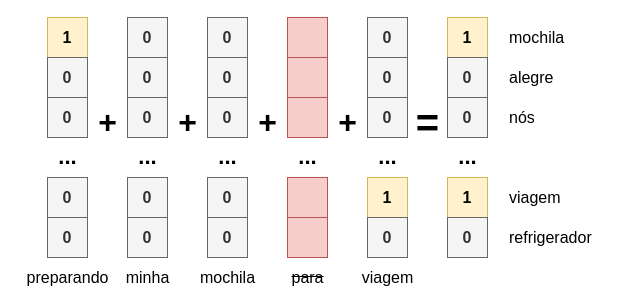
brenoarosa/thesis keeps this draw.io diagram as resources/bag_of_words.drawio. Above is the earlier version. Source tidied: cells renumbered, new cells numbered last; positions are measured from the earlier drawing's top-left corner, leaving out a move shared by most shapes. Both pictures are drawn from the tidied source at 100%, with x=0, y=0 at pixel (17, 17).
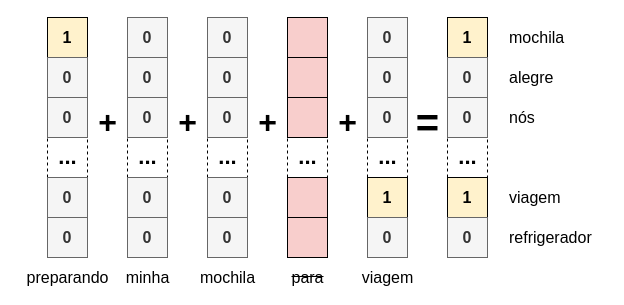
After the change.

What changed in the source:
```diff
@@
-    <mxCell id="7" value="&lt;div align=&quot;center&quot;&gt;&lt;b&gt;&lt;font style=&quot;font-size: 22px&quot;&gt;...&lt;/font&gt;&lt;/b&gt;&lt;/div&gt;" style="text;html=1;align=center;verticalAlign=middle;" parent="1" vertex="1">
+    <mxCell id="7" value="&lt;div align=&quot;center&quot;&gt;&lt;b&gt;&lt;font style=&quot;font-size: 22px&quot;&gt;...&lt;/font&gt;&lt;/b&gt;&lt;/div&gt;" style="text;html=1;align=center;verticalAlign=middle;strokeColor=#000000;dashed=1;" parent="1" vertex="1">
       <mxGeometry x="430" y="120" width="40" height="40" as="geometry" />
     </mxCell>
-    <mxCell id="8" value="&lt;div style=&quot;font-size: 16px&quot;&gt;&lt;font style=&quot;font-size: 16px&quot;&gt;&lt;b&gt;1&lt;/b&gt;&lt;/font&gt;&lt;/div&gt;" style="rounded=0;whiteSpace=wrap;html=1;align=center;fillColor=#fff2cc;strokeColor=#d6b656;" parent="1" vertex="1">
+    <mxCell id="8" value="&lt;div style=&quot;font-size: 16px&quot;&gt;&lt;font style=&quot;font-size: 16px&quot;&gt;&lt;b&gt;1&lt;/b&gt;&lt;/font&gt;&lt;/div&gt;" style="rounded=0;whiteSpace=wrap;html=1;align=center;fillColor=#fff2cc;strokeColor=#000000;" parent="1" vertex="1">
       <mxGeometry x="430" y="160" width="40" height="40" as="geometry" />
     </mxCell>
-    <mxCell id="9" value="&lt;div style=&quot;font-size: 16px&quot;&gt;&lt;font style=&quot;font-size: 16px&quot;&gt;&lt;b&gt;1&lt;/b&gt;&lt;/font&gt;&lt;/div&gt;" style="rounded=0;whiteSpace=wrap;html=1;align=center;fillColor=#fff2cc;strokeColor=#d6b656;" parent="1" vertex="1">
+    <mxCell id="9" value="&lt;div style=&quot;font-size: 16px&quot;&gt;&lt;font style=&quot;font-size: 16px&quot;&gt;&lt;b&gt;1&lt;/b&gt;&lt;/font&gt;&lt;/div&gt;" style="rounded=0;whiteSpace=wrap;html=1;align=center;fillColor=#fff2cc;strokeColor=#000000;" parent="1" vertex="1">
       <mxGeometry x="430" width="40" height="40" as="geometry" />
     </mxCell>
@@
-    <mxCell id="18" value="&lt;div align=&quot;center&quot;&gt;&lt;b&gt;&lt;font style=&quot;font-size: 22px&quot;&gt;...&lt;/font&gt;&lt;/b&gt;&lt;/div&gt;" style="text;html=1;align=center;verticalAlign=middle;" parent="1" vertex="1">
+    <mxCell id="18" value="&lt;div align=&quot;center&quot;&gt;&lt;b&gt;&lt;font style=&quot;font-size: 22px&quot;&gt;...&lt;/font&gt;&lt;/b&gt;&lt;/div&gt;" style="text;html=1;align=center;verticalAlign=middle;strokeColor=#000000;dashed=1;" parent="1" vertex="1">
       <mxGeometry x="30" y="120" width="40" height="40" as="geometry" />
     </mxCell>
-    <mxCell id="19" value="&lt;div style=&quot;font-size: 16px&quot;&gt;&lt;font style=&quot;font-size: 16px&quot;&gt;&lt;b&gt;1&lt;/b&gt;&lt;/font&gt;&lt;/div&gt;" style="rounded=0;whiteSpace=wrap;html=1;align=center;fillColor=#fff2cc;strokeColor=#d6b656;" parent="1" vertex="1">
+    <mxCell id="19" value="&lt;div style=&quot;font-size: 16px&quot;&gt;&lt;font style=&quot;font-size: 16px&quot;&gt;&lt;b&gt;1&lt;/b&gt;&lt;/font&gt;&lt;/div&gt;" style="rounded=0;whiteSpace=wrap;html=1;align=center;fillColor=#fff2cc;strokeColor=#000000;" parent="1" vertex="1">
       <mxGeometry x="30" width="40" height="40" as="geometry" />
     </mxCell>
@@
-    <mxCell id="24" value="&lt;div align=&quot;center&quot;&gt;&lt;b&gt;&lt;font style=&quot;font-size: 22px&quot;&gt;...&lt;/font&gt;&lt;/b&gt;&lt;/div&gt;" style="text;html=1;align=center;verticalAlign=middle;" parent="1" vertex="1">
+    <mxCell id="24" value="&lt;div align=&quot;center&quot;&gt;&lt;b&gt;&lt;font style=&quot;font-size: 22px&quot;&gt;...&lt;/font&gt;&lt;/b&gt;&lt;/div&gt;" style="text;html=1;align=center;verticalAlign=middle;strokeColor=#000000;dashed=1;" parent="1" vertex="1">
       <mxGeometry x="110" y="120" width="40" height="40" as="geometry" />
     </mxCell>
@@
-    <mxCell id="29" value="&lt;div align=&quot;center&quot;&gt;&lt;b&gt;&lt;font style=&quot;font-size: 22px&quot;&gt;...&lt;/font&gt;&lt;/b&gt;&lt;/div&gt;" style="text;html=1;align=center;verticalAlign=middle;" parent="1" vertex="1">
+    <mxCell id="29" value="&lt;div align=&quot;center&quot;&gt;&lt;b&gt;&lt;font style=&quot;font-size: 22px&quot;&gt;...&lt;/font&gt;&lt;/b&gt;&lt;/div&gt;" style="text;html=1;align=center;verticalAlign=middle;strokeColor=#000000;dashed=1;" parent="1" vertex="1">
       <mxGeometry x="190" y="120" width="40" height="40" as="geometry" />
     </mxCell>
@@
-    <mxCell id="34" value="&lt;div align=&quot;center&quot;&gt;&lt;b&gt;&lt;font style=&quot;font-size: 22px&quot;&gt;...&lt;/font&gt;&lt;/b&gt;&lt;/div&gt;" style="text;html=1;align=center;verticalAlign=middle;" parent="1" vertex="1">
+    <mxCell id="34" value="&lt;div align=&quot;center&quot;&gt;&lt;b&gt;&lt;font style=&quot;font-size: 22px&quot;&gt;...&lt;/font&gt;&lt;/b&gt;&lt;/div&gt;" style="text;html=1;align=center;verticalAlign=middle;strokeColor=#000000;dashed=1;" parent="1" vertex="1">
       <mxGeometry x="350" y="120" width="40" height="40" as="geometry" />
     </mxCell>
-    <mxCell id="35" value="&lt;div style=&quot;font-size: 16px&quot;&gt;&lt;font style=&quot;font-size: 16px&quot;&gt;&lt;b&gt;1&lt;/b&gt;&lt;/font&gt;&lt;/div&gt;" style="rounded=0;whiteSpace=wrap;html=1;align=center;fillColor=#fff2cc;strokeColor=#d6b656;" parent="1" vertex="1">
+    <mxCell id="35" value="&lt;div style=&quot;font-size: 16px&quot;&gt;&lt;font style=&quot;font-size: 16px&quot;&gt;&lt;b&gt;1&lt;/b&gt;&lt;/font&gt;&lt;/div&gt;" style="rounded=0;whiteSpace=wrap;html=1;align=center;fillColor=#fff2cc;strokeColor=#000000;" parent="1" vertex="1">
       <mxGeometry x="350" y="160" width="40" height="40" as="geometry" />
     </mxCell>
@@
-    <mxCell id="46" value="&lt;div align=&quot;center&quot;&gt;&lt;b&gt;&lt;font style=&quot;font-size: 22px&quot;&gt;...&lt;/font&gt;&lt;/b&gt;&lt;/div&gt;" style="text;html=1;align=center;verticalAlign=middle;" parent="1" vertex="1">
+    <mxCell id="46" value="&lt;div align=&quot;center&quot;&gt;&lt;b&gt;&lt;font style=&quot;font-size: 22px&quot;&gt;...&lt;/font&gt;&lt;/b&gt;&lt;/div&gt;" style="text;html=1;align=center;verticalAlign=middle;strokeColor=#000000;dashed=1;" parent="1" vertex="1">
       <mxGeometry x="270" y="120" width="40" height="40" as="geometry" />
     </mxCell>
-    <mxCell id="47" style="rounded=0;whiteSpace=wrap;html=1;align=center;fillColor=#f8cecc;strokeColor=#b85450;" parent="1" vertex="1">
+    <mxCell id="47" style="rounded=0;whiteSpace=wrap;html=1;align=center;fillColor=#f8cecc;strokeColor=#000000;" parent="1" vertex="1">
       <mxGeometry x="270" y="40" width="40" height="40" as="geometry" />
     </mxCell>
-    <mxCell id="48" style="rounded=0;whiteSpace=wrap;html=1;align=center;fillColor=#f8cecc;strokeColor=#b85450;" parent="1" vertex="1">
+    <mxCell id="48" style="rounded=0;whiteSpace=wrap;html=1;align=center;fillColor=#f8cecc;strokeColor=#000000;" parent="1" vertex="1">
       <mxGeometry x="270" y="80" width="40" height="40" as="geometry" />
     </mxCell>
-    <mxCell id="49" style="rounded=0;whiteSpace=wrap;html=1;align=center;fillColor=#f8cecc;strokeColor=#b85450;" parent="1" vertex="1">
+    <mxCell id="49" style="rounded=0;whiteSpace=wrap;html=1;align=center;fillColor=#f8cecc;strokeColor=#000000;" parent="1" vertex="1">
       <mxGeometry x="270" y="160" width="40" height="40" as="geometry" />
     </mxCell>
-    <mxCell id="50" style="rounded=0;whiteSpace=wrap;html=1;align=center;fillColor=#f8cecc;strokeColor=#b85450;" parent="1" vertex="1">
+    <mxCell id="50" style="rounded=0;whiteSpace=wrap;html=1;align=center;fillColor=#f8cecc;strokeColor=#000000;" parent="1" vertex="1">
       <mxGeometry x="270" y="200" width="40" height="40" as="geometry" />
     </mxCell>
-    <mxCell id="51" style="rounded=0;whiteSpace=wrap;html=1;align=center;fillColor=#f8cecc;strokeColor=#b85450;" parent="1" vertex="1">
+    <mxCell id="51" style="rounded=0;whiteSpace=wrap;html=1;align=center;fillColor=#f8cecc;strokeColor=#000000;" parent="1" vertex="1">
       <mxGeometry x="270" width="40" height="40" as="geometry" />
     </mxCell>
```
